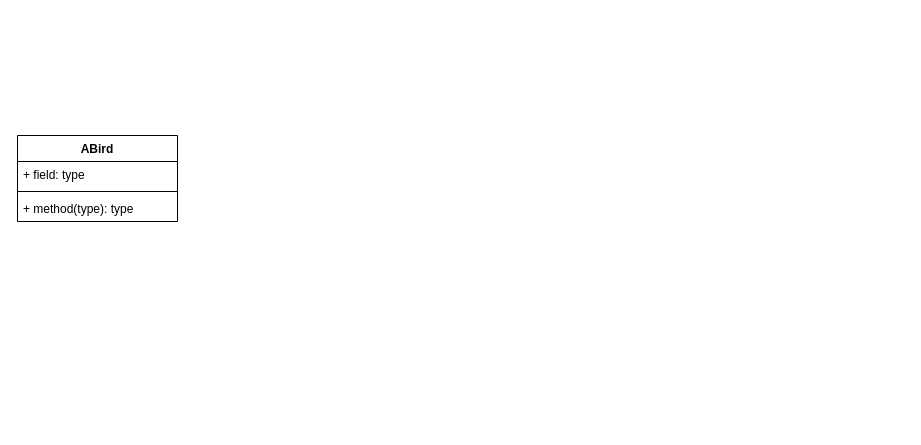
Before: UML.drawio in herrkrabbe/BirdGame, a draw.io diagram. Source tidied: cells renumbered, new cells numbered last; positions are measured from the earlier drawing's top-left corner, leaving out a move shared by most shapes. Both pictures are drawn from the tidied source at 100%, with x=0, y=0 at pixel (17, 135).
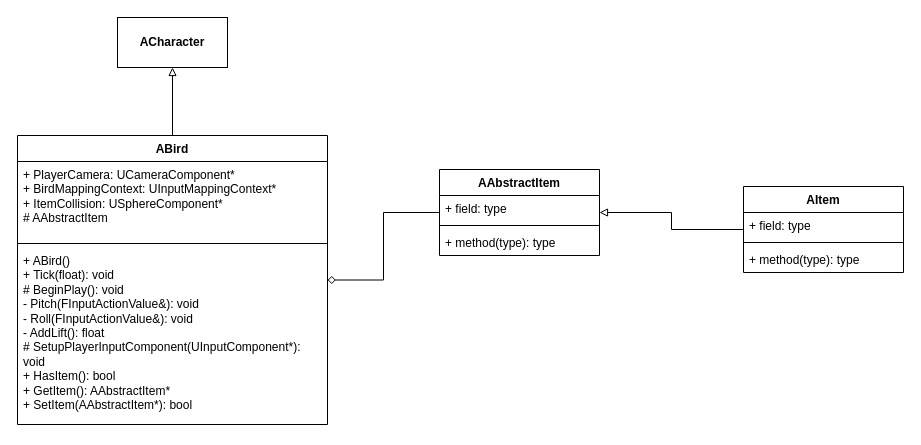
The same page after the edit.

Diff of the diagram source:
```diff
@@
 <mxGraphModel>
   <root>
     <mxCell id="0" />
     <mxCell id="1" parent="0" />
+    <mxCell id="6" style="edgeStyle=orthogonalEdgeStyle;rounded=0;jettySize=auto;html=1;endArrow=block;endFill=0;" parent="1" edge="1" source="2" target="8">
+      <mxGeometry relative="1" as="geometry" />
+    </mxCell>
+    <mxCell id="7" style="edgeStyle=orthogonalEdgeStyle;rounded=0;jettySize=auto;html=1;endArrow=none;endFill=0;startArrow=diamond;startFill=0;" parent="1" edge="1" source="2" target="9">
+      <mxGeometry relative="1" as="geometry" />
+    </mxCell>
     <mxCell id="2" value="ABird" style="swimlane;fontStyle=1;align=center;verticalAlign=top;horizontal=1;startSize=26;whiteSpace=wrap;html=1;" parent="1" vertex="1">
-      <mxGeometry width="160" height="86" as="geometry" />
+      <mxGeometry width="310" height="289" as="geometry" />
     </mxCell>
-    <mxCell id="3" value="+ field: type" style="text;strokeColor=none;fillColor=none;align=left;verticalAlign=top;spacingLeft=4;spacingRight=4;overflow=hidden;whiteSpace=wrap;html=1;" parent="2" vertex="1">
-      <mxGeometry y="26" width="160" height="26" as="geometry" />
+    <mxCell id="3" value="+ PlayerCamera:&amp;nbsp;UCameraComponent*&lt;div&gt;+ BirdMappingContext: UInputMappingContext*&lt;/div&gt;&lt;div&gt;+ ItemCollision:&amp;nbsp;USphereComponent*&lt;/div&gt;&lt;div&gt;# AAbstractItem&lt;/div&gt;" style="text;strokeColor=none;fillColor=none;align=left;verticalAlign=top;spacingLeft=4;spacingRight=4;overflow=hidden;whiteSpace=wrap;html=1;" parent="2" vertex="1">
+      <mxGeometry y="26" width="310" height="78" as="geometry" />
     </mxCell>
     <mxCell id="4" style="line;strokeWidth=1;fillColor=none;align=left;verticalAlign=middle;spacingTop=-1;spacingLeft=3;spacingRight=3;labelPosition=right;strokeColor=inherit;" parent="2" vertex="1">
-      <mxGeometry y="52" width="160" height="8" as="geometry" />
+      <mxGeometry y="104" width="310" height="8" as="geometry" />
     </mxCell>
-    <mxCell id="5" value="+ method(type): type" style="text;strokeColor=none;fillColor=none;align=left;verticalAlign=top;spacingLeft=4;spacingRight=4;overflow=hidden;whiteSpace=wrap;html=1;" parent="2" vertex="1">
-      <mxGeometry y="60" width="160" height="26" as="geometry" />
+    <mxCell id="5" value="&lt;div&gt;+ ABird()&lt;/div&gt;+ Tick(float): void&lt;div&gt;# BeginPlay(): void&lt;/div&gt;&lt;div&gt;- Pitch(FInputActionValue&amp;amp;): void&lt;/div&gt;&lt;div&gt;- Roll(FInputActionValue&amp;amp;): void&lt;/div&gt;&lt;div&gt;- AddLift(): float&lt;/div&gt;&lt;div&gt;# SetupPlayerInputComponent(UInputComponent*): void&lt;br&gt;&lt;/div&gt;&lt;div&gt;+ HasItem(): bool&lt;/div&gt;&lt;div&gt;+ GetItem(): AAbstractItem*&lt;/div&gt;&lt;div&gt;+ SetItem(AAbstractItem*): bool&lt;/div&gt;" style="text;strokeColor=none;fillColor=none;align=left;verticalAlign=top;spacingLeft=4;spacingRight=4;overflow=hidden;whiteSpace=wrap;html=1;" parent="2" vertex="1">
+      <mxGeometry y="112" width="310" height="177" as="geometry" />
     </mxCell>
+    <mxCell id="8" value="&lt;b&gt;ACharacter&lt;/b&gt;" style="html=1;whiteSpace=wrap;" parent="1" vertex="1">
+      <mxGeometry x="100" y="-118" width="110" height="50" as="geometry" />
+    </mxCell>
+    <mxCell id="9" value="AAbstractItem" style="swimlane;fontStyle=1;align=center;verticalAlign=top;horizontal=1;startSize=26;whiteSpace=wrap;html=1;" parent="1" vertex="1">
+      <mxGeometry x="422" y="34" width="160" height="86" as="geometry" />
+    </mxCell>
+    <mxCell id="10" value="+ field: type" style="text;strokeColor=none;fillColor=none;align=left;verticalAlign=top;spacingLeft=4;spacingRight=4;overflow=hidden;whiteSpace=wrap;html=1;" parent="9" vertex="1">
+      <mxGeometry y="26" width="160" height="26" as="geometry" />
+    </mxCell>
+    <mxCell id="11" style="line;strokeWidth=1;fillColor=none;align=left;verticalAlign=middle;spacingTop=-1;spacingLeft=3;spacingRight=3;labelPosition=right;strokeColor=inherit;" parent="9" vertex="1">
+      <mxGeometry y="52" width="160" height="8" as="geometry" />
+    </mxCell>
+    <mxCell id="12" value="+ method(type): type" style="text;strokeColor=none;fillColor=none;align=left;verticalAlign=top;spacingLeft=4;spacingRight=4;overflow=hidden;whiteSpace=wrap;html=1;" parent="9" vertex="1">
+      <mxGeometry y="60" width="160" height="26" as="geometry" />
+    </mxCell>
+    <mxCell id="13" style="edgeStyle=orthogonalEdgeStyle;rounded=0;jettySize=auto;html=1;endArrow=block;endFill=0;" parent="1" edge="1" source="14" target="9">
+      <mxGeometry relative="1" as="geometry" />
+    </mxCell>
+    <mxCell id="14" value="AItem" style="swimlane;fontStyle=1;align=center;verticalAlign=top;horizontal=1;startSize=26;whiteSpace=wrap;html=1;" parent="1" vertex="1">
+      <mxGeometry x="726" y="51" width="160" height="86" as="geometry" />
+    </mxCell>
+    <mxCell id="15" value="+ field: type" style="text;strokeColor=none;fillColor=none;align=left;verticalAlign=top;spacingLeft=4;spacingRight=4;overflow=hidden;whiteSpace=wrap;html=1;" parent="14" vertex="1">
+      <mxGeometry y="26" width="160" height="26" as="geometry" />
+    </mxCell>
+    <mxCell id="16" style="line;strokeWidth=1;fillColor=none;align=left;verticalAlign=middle;spacingTop=-1;spacingLeft=3;spacingRight=3;labelPosition=right;strokeColor=inherit;" parent="14" vertex="1">
+      <mxGeometry y="52" width="160" height="8" as="geometry" />
+    </mxCell>
+    <mxCell id="17" value="+ method(type): type" style="text;strokeColor=none;fillColor=none;align=left;verticalAlign=top;spacingLeft=4;spacingRight=4;overflow=hidden;whiteSpace=wrap;html=1;" parent="14" vertex="1">
+      <mxGeometry y="60" width="160" height="26" as="geometry" />
+    </mxCell>
   </root>
 </mxGraphModel>
```
